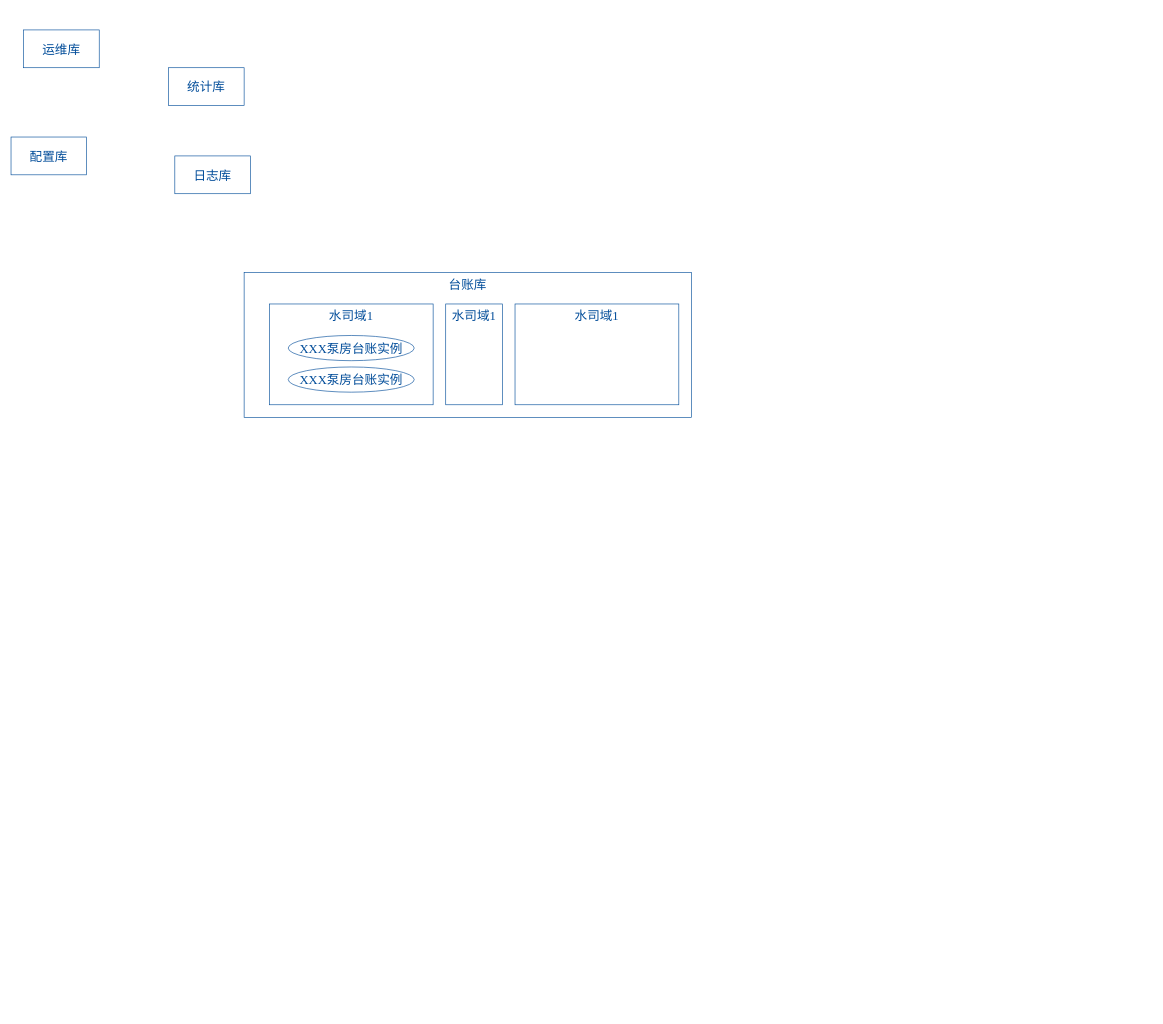
The draw.io diagram page "部署图2" (6 of 7) of 二供ER图.drawio in lpeng589/draw, before the edit. Source tidied: cells renumbered, new cells numbered last; positions are measured from the earlier drawing's top-left corner, leaving out a move shared by most shapes. Both pictures are drawn from the tidied source at 63%, with x=0, y=0 at pixel (11, 30).
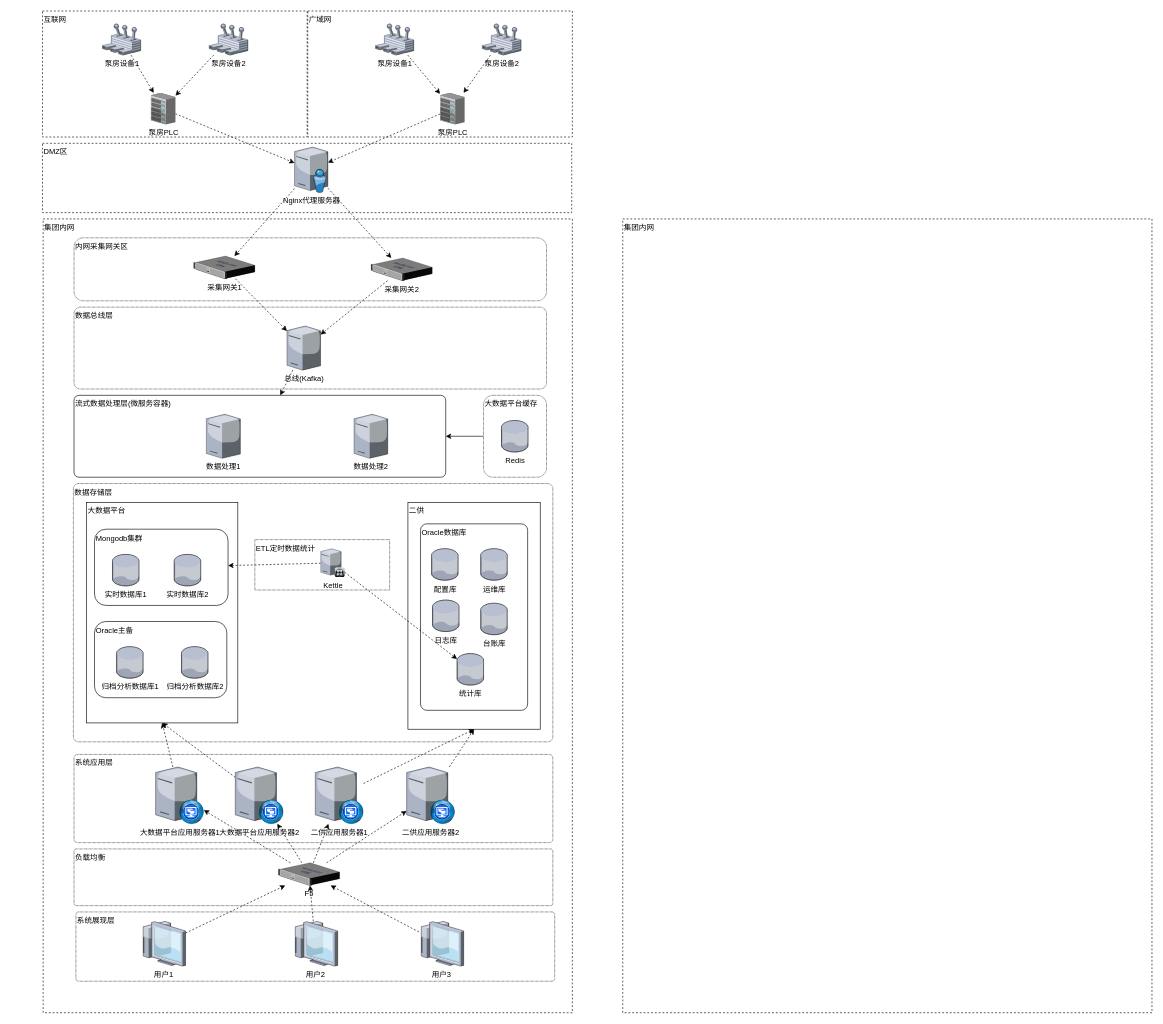
The same diagram, later.

The edit, as a diff of the source:
```diff
@@
+    <mxCell id="12" value="集团内网" style="rounded=0;whiteSpace=wrap;html=1;align=left;verticalAlign=top;dashed=1;" parent="1" vertex="1">
+      <mxGeometry x="51" y="300" width="840" height="1260" as="geometry" />
+    </mxCell>
+    <mxCell id="13" value="集团内网" style="rounded=0;whiteSpace=wrap;html=1;align=left;verticalAlign=top;dashed=1;" parent="1" vertex="1">
+      <mxGeometry x="971" y="300" width="840" height="1260" as="geometry" />
+    </mxCell>
+    <mxCell id="14" value="内网采集网关区" style="rounded=1;whiteSpace=wrap;html=1;align=left;verticalAlign=top;dashed=1;dashPattern=1 1;" parent="1" vertex="1">
+      <mxGeometry x="100" y="330" width="750" height="100" as="geometry" />
+    </mxCell>
+    <mxCell id="15" value="广域网" style="rounded=0;whiteSpace=wrap;html=1;align=left;verticalAlign=top;dashed=1;" parent="1" vertex="1">
+      <mxGeometry x="471" y="-30" width="420" height="200" as="geometry" />
+    </mxCell>
+    <mxCell id="16" value="互联网" style="rounded=0;whiteSpace=wrap;html=1;align=left;verticalAlign=top;dashed=1;" parent="1" vertex="1">
+      <mxGeometry x="50" y="-30" width="420" height="200" as="geometry" />
+    </mxCell>
+    <mxCell id="17" style="edgeStyle=none;rounded=0;jettySize=auto;html=1;dashed=1;startArrow=none;startFill=0;" parent="1" edge="1" source="18" target="79">
+      <mxGeometry relative="1" as="geometry" />
+    </mxCell>
+    <mxCell id="18" value="泵房设备1" style="verticalLabelPosition=bottom;html=1;verticalAlign=top;strokeColor=none;align=center;outlineConnect=0;shape=mxgraph.citrix.user_control;" parent="1" vertex="1">
+      <mxGeometry x="578.5" y="-10" width="61" height="50" as="geometry" />
+    </mxCell>
+    <mxCell id="19" style="edgeStyle=none;rounded=0;jettySize=auto;html=1;dashed=1;startArrow=none;startFill=0;" parent="1" edge="1" source="20" target="79">
+      <mxGeometry relative="1" as="geometry" />
+    </mxCell>
+    <mxCell id="20" value="泵房设备2" style="verticalLabelPosition=bottom;html=1;verticalAlign=top;strokeColor=none;align=center;outlineConnect=0;shape=mxgraph.citrix.user_control;" parent="1" vertex="1">
+      <mxGeometry x="748" y="-10" width="61.7" height="50" as="geometry" />
+    </mxCell>
+    <mxCell id="21" value="DMZ区" style="rounded=0;whiteSpace=wrap;html=1;align=left;verticalAlign=top;dashed=1;" parent="1" vertex="1">
+      <mxGeometry x="50" y="180" width="840" height="110" as="geometry" />
+    </mxCell>
+    <mxCell id="22" style="edgeStyle=none;rounded=0;jettySize=auto;html=1;dashed=1;startArrow=none;startFill=0;" parent="1" edge="1" source="24" target="25">
+      <mxGeometry relative="1" as="geometry" />
+    </mxCell>
+    <mxCell id="23" style="edgeStyle=none;rounded=0;jettySize=auto;html=1;dashed=1;startArrow=none;startFill=0;" parent="1" edge="1" source="24" target="26">
+      <mxGeometry relative="1" as="geometry" />
+    </mxCell>
+    <mxCell id="24" value="Nginx代理服务器" style="verticalLabelPosition=bottom;html=1;verticalAlign=top;strokeColor=none;align=center;outlineConnect=0;shape=mxgraph.citrix.directory_server;" parent="1" vertex="1">
+      <mxGeometry x="450" y="186" width="53" height="72" as="geometry" />
+    </mxCell>
+    <mxCell id="25" value="采集网关1" style="verticalLabelPosition=bottom;html=1;verticalAlign=top;strokeColor=none;align=center;outlineConnect=0;shape=mxgraph.citrix.netscaler_vpx;" parent="1" vertex="1">
+      <mxGeometry x="290" y="359" width="97" height="36" as="geometry" />
+    </mxCell>
+    <mxCell id="26" value="采集网关2" style="verticalLabelPosition=bottom;html=1;verticalAlign=top;strokeColor=none;align=center;outlineConnect=0;shape=mxgraph.citrix.netscaler_vpx;" parent="1" vertex="1">
+      <mxGeometry x="571.5" y="362" width="97" height="36" as="geometry" />
+    </mxCell>
+    <mxCell id="27" value="数据总线层" style="rounded=1;whiteSpace=wrap;html=1;align=left;verticalAlign=top;dashed=1;dashPattern=1 1;arcSize=8;" parent="1" vertex="1">
+      <mxGeometry x="100" y="440" width="750" height="130" as="geometry" />
+    </mxCell>
+    <mxCell id="28" value="流式数据处理层(微服务容器)" style="rounded=1;whiteSpace=wrap;html=1;align=left;verticalAlign=top;arcSize=6;" parent="1" vertex="1">
+      <mxGeometry x="100" y="580" width="590" height="130" as="geometry" />
+    </mxCell>
+    <mxCell id="29" style="edgeStyle=orthogonalEdgeStyle;rounded=0;jettySize=auto;html=1;" parent="1" edge="1" source="30" target="28">
+      <mxGeometry relative="1" as="geometry" />
+    </mxCell>
+    <mxCell id="30" value="大数据平台缓存" style="rounded=1;whiteSpace=wrap;html=1;align=left;verticalAlign=top;dashed=1;dashPattern=1 1;" parent="1" vertex="1">
+      <mxGeometry x="750" y="580" width="100" height="130" as="geometry" />
+    </mxCell>
+    <mxCell id="31" value="数据存储层" style="rounded=1;whiteSpace=wrap;html=1;align=left;verticalAlign=top;arcSize=2;dashed=1;dashPattern=1 1;" parent="1" vertex="1">
+      <mxGeometry x="99" y="720" width="761" height="410" as="geometry" />
+    </mxCell>
+    <mxCell id="32" style="edgeStyle=none;rounded=0;jettySize=auto;html=1;dashed=1;startArrow=none;startFill=0;" parent="1" edge="1" source="33" target="28">
+      <mxGeometry relative="1" as="geometry" />
+    </mxCell>
+    <mxCell id="33" value="总线(Kafka)" style="verticalLabelPosition=bottom;html=1;verticalAlign=top;strokeColor=none;align=center;outlineConnect=0;shape=mxgraph.citrix.license_server;" parent="1" vertex="1">
+      <mxGeometry x="438" y="470" width="53.3" height="70" as="geometry" />
+    </mxCell>
+    <mxCell id="34" value="数据处理2" style="verticalLabelPosition=bottom;html=1;verticalAlign=top;strokeColor=none;align=center;shape=mxgraph.citrix.license_server;" parent="1" vertex="1">
+      <mxGeometry x="544.5" y="610" width="53.5" height="70" as="geometry" />
+    </mxCell>
+    <mxCell id="35" value="数据处理1" style="verticalLabelPosition=bottom;html=1;verticalAlign=top;strokeColor=none;align=center;shape=mxgraph.citrix.license_server;" parent="1" vertex="1">
+      <mxGeometry x="310" y="610" width="54" height="70" as="geometry" />
+    </mxCell>
+    <mxCell id="36" value="Redis" style="verticalLabelPosition=bottom;html=1;verticalAlign=top;strokeColor=none;align=center;shape=mxgraph.citrix.database;" parent="1" vertex="1">
+      <mxGeometry x="778.5" y="620" width="42.5" height="50" as="geometry" />
+    </mxCell>
+    <mxCell id="37" value="大数据平台" style="rounded=0;whiteSpace=wrap;html=1;align=left;verticalAlign=top;" parent="1" vertex="1">
+      <mxGeometry x="120" y="750" width="240" height="350" as="geometry" />
+    </mxCell>
+    <mxCell id="38" value="Mongodb集群" style="rounded=1;whiteSpace=wrap;html=1;align=left;verticalAlign=top;" parent="1" vertex="1">
+      <mxGeometry x="132.5" y="792.5" width="212" height="121" as="geometry" />
+    </mxCell>
+    <mxCell id="39" value="Oracle主备" style="rounded=1;whiteSpace=wrap;html=1;align=left;verticalAlign=top;" parent="1" vertex="1">
+      <mxGeometry x="132.5" y="939" width="210" height="121" as="geometry" />
+    </mxCell>
+    <mxCell id="40" value="实时数据库1" style="verticalLabelPosition=bottom;html=1;verticalAlign=top;strokeColor=none;align=center;shape=mxgraph.citrix.database;" parent="1" vertex="1">
+      <mxGeometry x="161" y="832.5" width="42.5" height="50" as="geometry" />
+    </mxCell>
+    <mxCell id="41" value="实时数据库2" style="verticalLabelPosition=bottom;html=1;verticalAlign=top;strokeColor=none;align=center;shape=mxgraph.citrix.database;" parent="1" vertex="1">
+      <mxGeometry x="259" y="832.5" width="42.5" height="50" as="geometry" />
+    </mxCell>
+    <mxCell id="42" value="归档分析数据库1" style="verticalLabelPosition=bottom;html=1;verticalAlign=top;strokeColor=none;align=center;shape=mxgraph.citrix.database;" parent="1" vertex="1">
+      <mxGeometry x="167.5" y="979" width="42.5" height="50" as="geometry" />
+    </mxCell>
+    <mxCell id="43" value="归档分析数据库2" style="verticalLabelPosition=bottom;html=1;verticalAlign=top;strokeColor=none;align=center;shape=mxgraph.citrix.database;" parent="1" vertex="1">
+      <mxGeometry x="270.5" y="979" width="42.5" height="50" as="geometry" />
+    </mxCell>
+    <mxCell id="44" value="ETL定时数据统计" style="rounded=0;whiteSpace=wrap;html=1;align=left;verticalAlign=top;dashed=1;dashPattern=1 1;" parent="1" vertex="1">
+      <mxGeometry x="387" y="809" width="214" height="80" as="geometry" />
+    </mxCell>
+    <mxCell id="45" value="二供" style="rounded=0;whiteSpace=wrap;html=1;align=left;verticalAlign=top;" parent="1" vertex="1">
+      <mxGeometry x="630" y="750" width="210" height="360" as="geometry" />
+    </mxCell>
+    <mxCell id="46" value="Oracle数据库" style="rounded=1;whiteSpace=wrap;html=1;align=left;verticalAlign=top;arcSize=6;" parent="1" vertex="1">
+      <mxGeometry x="650" y="784" width="170" height="296" as="geometry" />
+    </mxCell>
+    <mxCell id="4" value="配置库" style="verticalLabelPosition=bottom;html=1;verticalAlign=top;strokeColor=none;align=center;shape=mxgraph.citrix.database;" parent="1" vertex="1">
+      <mxGeometry x="667.5" y="823.5" width="42.5" height="50" as="geometry" />
+    </mxCell>
+    <mxCell id="3" value="运维库" style="verticalLabelPosition=bottom;html=1;verticalAlign=top;strokeColor=none;align=center;shape=mxgraph.citrix.database;" parent="1" vertex="1">
+      <mxGeometry x="745.5" y="823.5" width="42.5" height="50" as="geometry" />
+    </mxCell>
+    <mxCell id="6" value="日志库" style="verticalLabelPosition=bottom;html=1;verticalAlign=top;strokeColor=none;align=center;shape=mxgraph.citrix.database;" parent="1" vertex="1">
+      <mxGeometry x="669" y="905" width="42.5" height="50" as="geometry" />
+    </mxCell>
-    <mxCell id="2" value="台账库" style="rounded=0;whiteSpace=wrap;html=1;labelBackgroundColor=none;strokeColor=#004C99;fillColor=#FFFFFF;gradientColor=none;fontFamily=Times New Roman;fontSize=20;fontColor=#004C99;align=center;verticalAlign=top;" parent="1" vertex="1">
-      <mxGeometry x="370" y="385" width="710" height="230" as="geometry" />
+    <mxCell id="2" value="台账库" style="verticalLabelPosition=bottom;html=1;verticalAlign=top;strokeColor=none;align=center;shape=mxgraph.citrix.database;" parent="1" vertex="1">
+      <mxGeometry x="745.5" y="910" width="42.5" height="50" as="geometry" />
     </mxCell>
-    <mxCell id="3" value="运维库" style="rounded=0;whiteSpace=wrap;html=1;labelBackgroundColor=none;strokeColor=#004C99;fillColor=#FFFFFF;gradientColor=none;fontFamily=Times New Roman;fontSize=20;fontColor=#004C99;align=center;" parent="1" vertex="1">
-      <mxGeometry x="20" width="120" height="60" as="geometry" />
-    </mxCell>
-    <mxCell id="4" value="配置库" style="rounded=0;whiteSpace=wrap;html=1;labelBackgroundColor=none;strokeColor=#004C99;fillColor=#FFFFFF;gradientColor=none;fontFamily=Times New Roman;fontSize=20;fontColor=#004C99;align=center;" parent="1" vertex="1">
-      <mxGeometry y="170" width="120" height="60" as="geometry" />
-    </mxCell>
-    <mxCell id="5" value="统计库" style="rounded=0;whiteSpace=wrap;html=1;labelBackgroundColor=none;strokeColor=#004C99;fillColor=#FFFFFF;gradientColor=none;fontFamily=Times New Roman;fontSize=20;fontColor=#004C99;align=center;" parent="1" vertex="1">
-      <mxGeometry x="250" y="60" width="120" height="60" as="geometry" />
+    <mxCell id="5" value="统计库" style="verticalLabelPosition=bottom;html=1;verticalAlign=top;strokeColor=none;align=center;outlineConnect=0;shape=mxgraph.citrix.database;" parent="1" vertex="1">
+      <mxGeometry x="708" y="990" width="42.5" height="50" as="geometry" />
     </mxCell>
-    <mxCell id="6" value="日志库" style="rounded=0;whiteSpace=wrap;html=1;labelBackgroundColor=none;strokeColor=#004C99;fillColor=#FFFFFF;gradientColor=none;fontFamily=Times New Roman;fontSize=20;fontColor=#004C99;align=center;" parent="1" vertex="1">
-      <mxGeometry x="260" y="200" width="120" height="60" as="geometry" />
-    </mxCell>
-    <mxCell id="7" value="水司域1" style="rounded=0;whiteSpace=wrap;html=1;labelBackgroundColor=none;strokeColor=#004C99;fillColor=#FFFFFF;gradientColor=none;fontFamily=Times New Roman;fontSize=20;fontColor=#004C99;align=center;verticalAlign=top;" parent="1" vertex="1">
-      <mxGeometry x="410" y="435" width="260" height="160" as="geometry" />
-    </mxCell>
-    <mxCell id="8" value="水司域1" style="rounded=0;whiteSpace=wrap;html=1;labelBackgroundColor=none;strokeColor=#004C99;fillColor=#FFFFFF;gradientColor=none;fontFamily=Times New Roman;fontSize=20;fontColor=#004C99;align=center;verticalAlign=top;" parent="1" vertex="1">
-      <mxGeometry x="690" y="435" width="90" height="160" as="geometry" />
-    </mxCell>
-    <mxCell id="9" value="XXX泵房台账实例" style="ellipse;whiteSpace=wrap;html=1;rounded=0;labelBackgroundColor=none;strokeColor=#004C99;fillColor=#FFFFFF;gradientColor=none;fontFamily=Times New Roman;fontSize=20;fontColor=#004C99;align=center;" parent="1" vertex="1">
-      <mxGeometry x="440" y="535" width="200" height="40" as="geometry" />
-    </mxCell>
-    <mxCell id="10" value="XXX泵房台账实例" style="ellipse;whiteSpace=wrap;html=1;rounded=0;labelBackgroundColor=none;strokeColor=#004C99;fillColor=#FFFFFF;gradientColor=none;fontFamily=Times New Roman;fontSize=20;fontColor=#004C99;align=center;" parent="1" vertex="1">
-      <mxGeometry x="440" y="485" width="200" height="40" as="geometry" />
-    </mxCell>
-    <mxCell id="11" value="水司域1" style="rounded=0;whiteSpace=wrap;html=1;labelBackgroundColor=none;strokeColor=#004C99;fillColor=#FFFFFF;gradientColor=none;fontFamily=Times New Roman;fontSize=20;fontColor=#004C99;align=center;verticalAlign=top;" parent="1" vertex="1">
-      <mxGeometry x="800" y="435" width="260" height="160" as="geometry" />
-    </mxCell>
+    <mxCell id="47" style="edgeStyle=none;rounded=0;jettySize=auto;html=1;dashed=1;startArrow=none;startFill=0;" parent="1" edge="1" source="49" target="38">
+      <mxGeometry relative="1" as="geometry" />
+    </mxCell>
+    <mxCell id="48" style="edgeStyle=none;rounded=0;jettySize=auto;html=1;dashed=1;startArrow=none;startFill=0;" parent="1" edge="1" source="49" target="5">
+      <mxGeometry relative="1" as="geometry" />
+    </mxCell>
+    <mxCell id="49" value="Kettle" style="verticalLabelPosition=bottom;html=1;verticalAlign=top;strokeColor=none;align=center;outlineConnect=0;shape=mxgraph.citrix.xenclient_synchronizer;fillColor=#CCCCCC;gradientColor=#000000;gradientDirection=south;" parent="1" vertex="1">
+      <mxGeometry x="491.5" y="823.5" width="38" height="45" as="geometry" />
+    </mxCell>
+    <mxCell id="50" value="系统应用层" style="rounded=1;whiteSpace=wrap;html=1;align=left;verticalAlign=top;arcSize=4;dashed=1;dashPattern=1 1;" parent="1" vertex="1">
+      <mxGeometry x="100" y="1150" width="760" height="140" as="geometry" />
+    </mxCell>
+    <mxCell id="51" style="edgeStyle=none;rounded=0;jettySize=auto;html=1;entryX=0.5;entryY=1;entryDx=0;entryDy=0;dashed=1;startArrow=none;startFill=0;" parent="1" edge="1" source="52" target="37">
+      <mxGeometry relative="1" as="geometry" />
+    </mxCell>
+    <mxCell id="52" value="大数据平台应用服务器1" style="verticalLabelPosition=bottom;html=1;verticalAlign=top;strokeColor=none;align=center;outlineConnect=0;shape=mxgraph.citrix.desktop_web;" parent="1" vertex="1">
+      <mxGeometry x="229.5" y="1170" width="76.5" height="90" as="geometry" />
+    </mxCell>
+    <mxCell id="53" style="edgeStyle=none;rounded=0;jettySize=auto;html=1;entryX=0.5;entryY=1;entryDx=0;entryDy=0;dashed=1;startArrow=none;startFill=0;" parent="1" edge="1" source="54" target="37">
+      <mxGeometry relative="1" as="geometry" />
+    </mxCell>
+    <mxCell id="54" value="大数据平台应用服务器2" style="verticalLabelPosition=bottom;html=1;verticalAlign=top;strokeColor=none;align=center;outlineConnect=0;shape=mxgraph.citrix.desktop_web;" parent="1" vertex="1">
+      <mxGeometry x="356" y="1170" width="76.5" height="90" as="geometry" />
+    </mxCell>
+    <mxCell id="55" style="edgeStyle=none;rounded=0;jettySize=auto;html=1;entryX=0.5;entryY=1;entryDx=0;entryDy=0;dashed=1;startArrow=none;startFill=0;" parent="1" edge="1" source="56" target="45">
+      <mxGeometry relative="1" as="geometry" />
+    </mxCell>
+    <mxCell id="56" value="二供应用服务器1" style="verticalLabelPosition=bottom;html=1;verticalAlign=top;strokeColor=none;align=center;outlineConnect=0;shape=mxgraph.citrix.desktop_web;" parent="1" vertex="1">
+      <mxGeometry x="483" y="1170" width="76.5" height="90" as="geometry" />
+    </mxCell>
+    <mxCell id="57" style="edgeStyle=none;rounded=0;jettySize=auto;html=1;entryX=0.5;entryY=1;entryDx=0;entryDy=0;dashed=1;startArrow=none;startFill=0;" parent="1" edge="1" source="58" target="45">
+      <mxGeometry relative="1" as="geometry" />
+    </mxCell>
+    <mxCell id="58" value="二供应用服务器2" style="verticalLabelPosition=bottom;html=1;verticalAlign=top;strokeColor=none;align=center;outlineConnect=0;shape=mxgraph.citrix.desktop_web;" parent="1" vertex="1">
+      <mxGeometry x="628" y="1170" width="76.5" height="90" as="geometry" />
+    </mxCell>
+    <mxCell id="59" value="负载均衡" style="rounded=1;whiteSpace=wrap;html=1;align=left;verticalAlign=top;arcSize=4;dashed=1;dashPattern=1 1;" parent="1" vertex="1">
+      <mxGeometry x="100" y="1300" width="760" height="90" as="geometry" />
+    </mxCell>
+    <mxCell id="60" style="edgeStyle=none;rounded=0;jettySize=auto;html=1;dashed=1;startArrow=none;startFill=0;" parent="1" edge="1" source="64" target="52">
+      <mxGeometry relative="1" as="geometry" />
+    </mxCell>
+    <mxCell id="61" style="edgeStyle=none;rounded=0;jettySize=auto;html=1;dashed=1;startArrow=none;startFill=0;" parent="1" edge="1" source="64" target="54">
+      <mxGeometry relative="1" as="geometry" />
+    </mxCell>
+    <mxCell id="62" style="edgeStyle=none;rounded=0;jettySize=auto;html=1;dashed=1;startArrow=none;startFill=0;" parent="1" edge="1" source="64" target="56">
+      <mxGeometry relative="1" as="geometry" />
+    </mxCell>
+    <mxCell id="63" style="edgeStyle=none;rounded=0;jettySize=auto;html=1;dashed=1;startArrow=none;startFill=0;" parent="1" edge="1" source="64" target="58">
+      <mxGeometry relative="1" as="geometry" />
+    </mxCell>
+    <mxCell id="64" value="F5" style="verticalLabelPosition=bottom;html=1;verticalAlign=top;strokeColor=none;align=center;outlineConnect=0;shape=mxgraph.citrix.netscaler_vpx;" parent="1" vertex="1">
+      <mxGeometry x="424.5" y="1322" width="97" height="36" as="geometry" />
+    </mxCell>
+    <mxCell id="65" value="系统展现层" style="rounded=1;whiteSpace=wrap;html=1;align=left;verticalAlign=top;arcSize=4;dashed=1;dashPattern=1 1;" parent="1" vertex="1">
+      <mxGeometry x="103" y="1400" width="760" height="110" as="geometry" />
+    </mxCell>
+    <mxCell id="66" style="edgeStyle=none;rounded=0;jettySize=auto;html=1;dashed=1;startArrow=none;startFill=0;" parent="1" edge="1" source="67" target="64">
+      <mxGeometry relative="1" as="geometry" />
+    </mxCell>
+    <mxCell id="67" value="用户1" style="verticalLabelPosition=bottom;html=1;verticalAlign=top;strokeColor=none;align=center;outlineConnect=0;shape=mxgraph.citrix.thin_client;" parent="1" vertex="1">
+      <mxGeometry x="206" y="1415" width="71" height="71" as="geometry" />
+    </mxCell>
+    <mxCell id="68" style="edgeStyle=none;rounded=0;jettySize=auto;html=1;dashed=1;startArrow=none;startFill=0;" parent="1" edge="1" source="69" target="64">
+      <mxGeometry relative="1" as="geometry" />
+    </mxCell>
+    <mxCell id="69" value="用户2" style="verticalLabelPosition=bottom;html=1;verticalAlign=top;strokeColor=none;align=center;outlineConnect=0;shape=mxgraph.citrix.thin_client;" parent="1" vertex="1">
+      <mxGeometry x="447.5" y="1415" width="71" height="71" as="geometry" />
+    </mxCell>
+    <mxCell id="70" style="edgeStyle=none;rounded=0;jettySize=auto;html=1;dashed=1;startArrow=none;startFill=0;" parent="1" edge="1" source="71" target="64">
+      <mxGeometry relative="1" as="geometry" />
+    </mxCell>
+    <mxCell id="71" value="用户3" style="verticalLabelPosition=bottom;html=1;verticalAlign=top;strokeColor=none;align=center;outlineConnect=0;shape=mxgraph.citrix.thin_client;" parent="1" vertex="1">
+      <mxGeometry x="647.5" y="1415" width="71" height="71" as="geometry" />
+    </mxCell>
+    <mxCell id="72" style="edgeStyle=none;rounded=0;jettySize=auto;html=1;startArrow=none;startFill=0;dashed=1;" parent="1" edge="1" source="73" target="77">
+      <mxGeometry relative="1" as="geometry" />
+    </mxCell>
+    <mxCell id="73" value="泵房设备1" style="verticalLabelPosition=bottom;html=1;verticalAlign=top;strokeColor=none;align=center;outlineConnect=0;shape=mxgraph.citrix.user_control;" parent="1" vertex="1">
+      <mxGeometry x="145" y="-10" width="61" height="50" as="geometry" />
+    </mxCell>
+    <mxCell id="74" style="edgeStyle=none;rounded=0;jettySize=auto;html=1;dashed=1;startArrow=none;startFill=0;" parent="1" edge="1" source="75" target="77">
+      <mxGeometry relative="1" as="geometry" />
+    </mxCell>
+    <mxCell id="75" value="泵房设备2" style="verticalLabelPosition=bottom;html=1;verticalAlign=top;strokeColor=none;align=center;outlineConnect=0;shape=mxgraph.citrix.user_control;" parent="1" vertex="1">
+      <mxGeometry x="314.5" y="-10" width="61.7" height="50" as="geometry" />
+    </mxCell>
+    <mxCell id="76" style="edgeStyle=none;rounded=0;jettySize=auto;html=1;dashed=1;startArrow=none;startFill=0;" parent="1" edge="1" source="77" target="24">
+      <mxGeometry relative="1" as="geometry" />
+    </mxCell>
+    <mxCell id="77" value="泵房PLC" style="verticalLabelPosition=bottom;html=1;verticalAlign=top;strokeColor=none;align=center;outlineConnect=0;shape=mxgraph.citrix.chassis;" parent="1" vertex="1">
+      <mxGeometry x="222" y="100" width="39" height="50" as="geometry" />
+    </mxCell>
+    <mxCell id="78" style="edgeStyle=none;rounded=0;jettySize=auto;html=1;dashed=1;startArrow=none;startFill=0;" parent="1" edge="1" source="79" target="24">
+      <mxGeometry relative="1" as="geometry" />
+    </mxCell>
+    <mxCell id="79" value="泵房PLC" style="verticalLabelPosition=bottom;html=1;verticalAlign=top;strokeColor=none;align=center;outlineConnect=0;shape=mxgraph.citrix.chassis;" parent="1" vertex="1">
+      <mxGeometry x="681" y="100" width="39" height="50" as="geometry" />
+    </mxCell>
+    <mxCell id="80" style="edgeStyle=none;rounded=0;jettySize=auto;html=1;dashed=1;startArrow=none;startFill=0;" parent="1" edge="1" source="26" target="33">
+      <mxGeometry relative="1" as="geometry" />
+    </mxCell>
+    <mxCell id="81" style="edgeStyle=none;rounded=0;jettySize=auto;html=1;dashed=1;startArrow=none;startFill=0;" parent="1" edge="1" source="25" target="33">
+      <mxGeometry relative="1" as="geometry" />
+    </mxCell>
```
